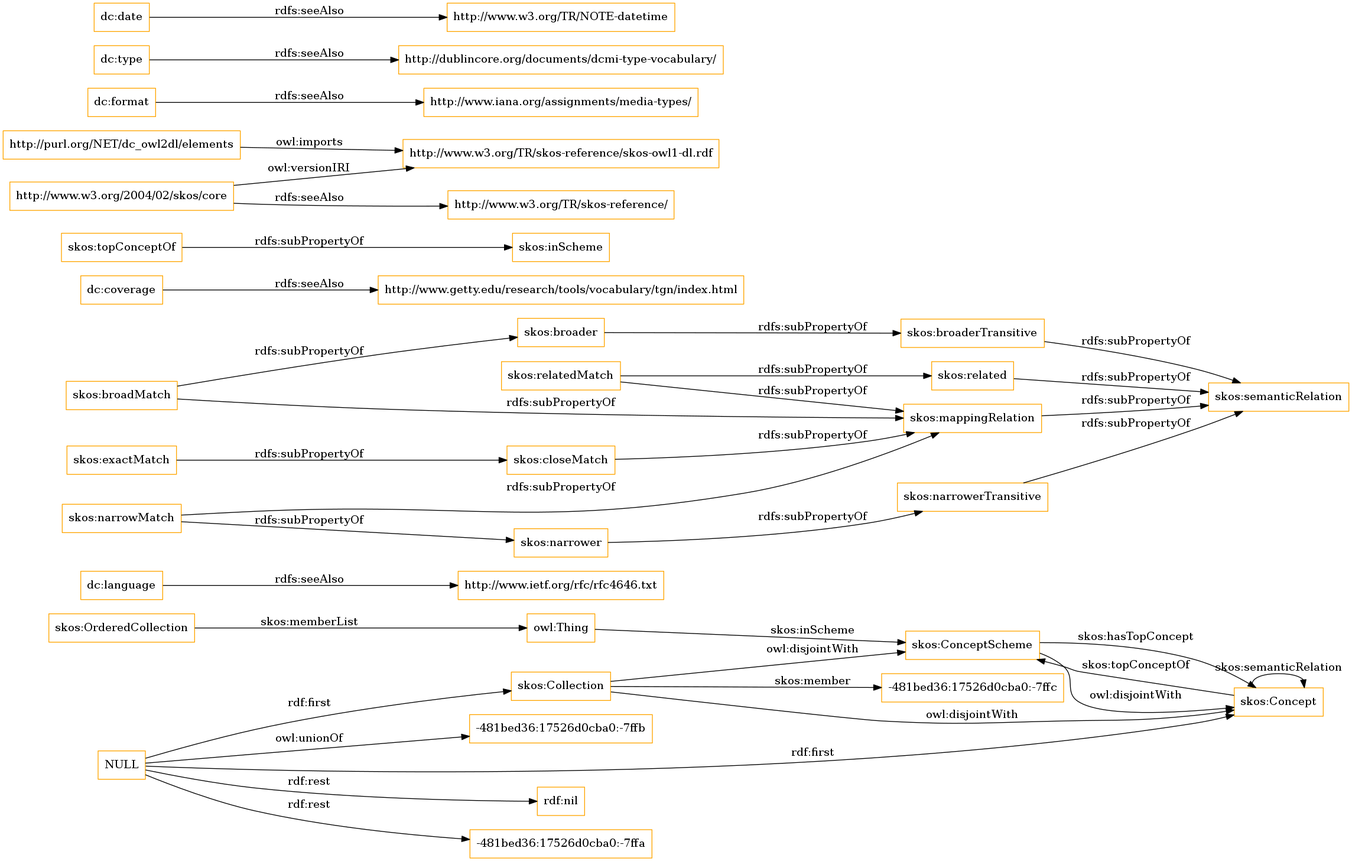
Above: OnToology/imports/elements.owl/diagrams/ar2dtool-class/elements.owl.png in OnToologyUser/core-ontology-1 (Graphviz), before the change. Its source is kept beside it as OnToology/imports/elements.owl/diagrams/ar2dtool-class/elements.owl.png.dot.
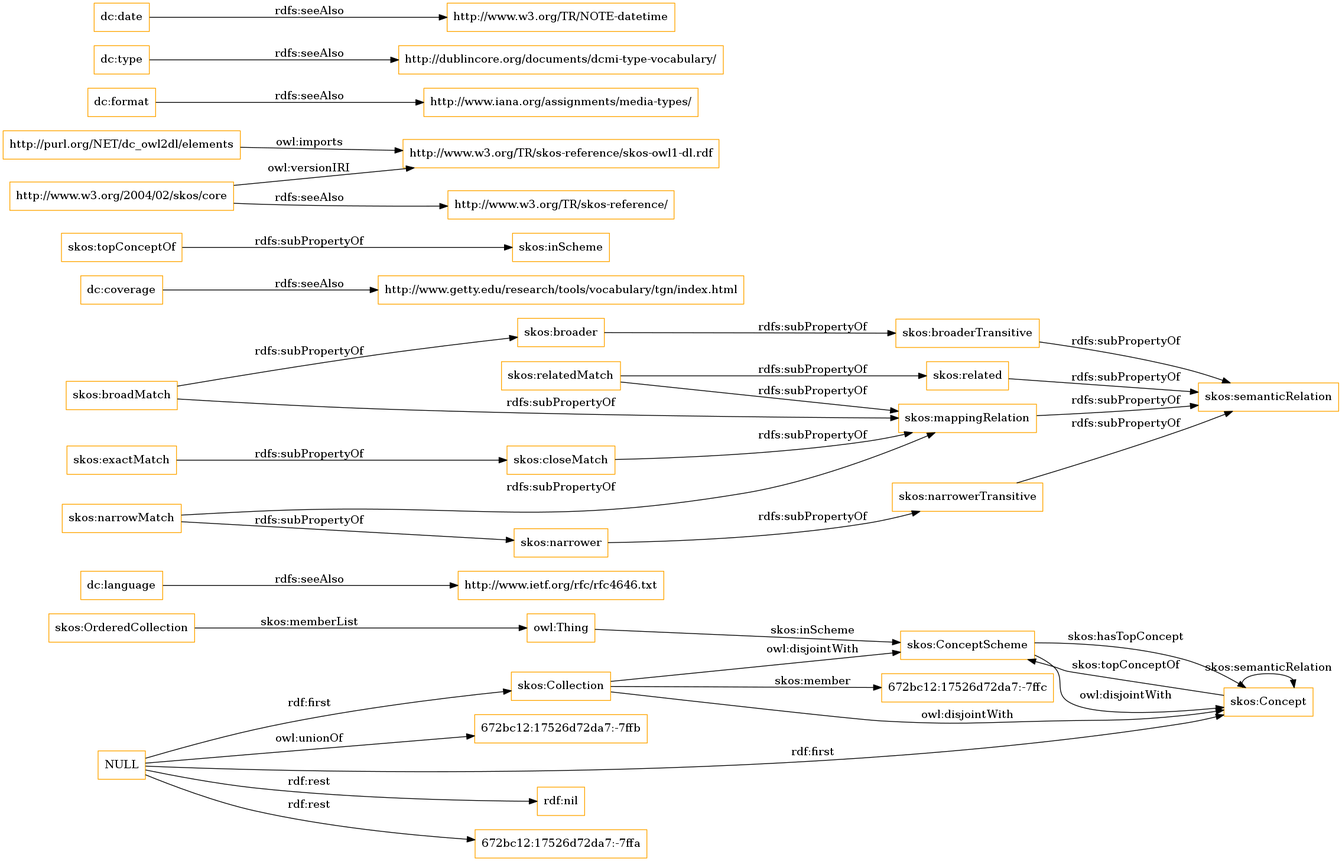
The same file after the commit.

The edit, as a diff of the source:
```diff
@@ -1,13 +1,13 @@
 digraph ar2dtool_diagram {
 rankdir=LR;
 size="1501"
-node [shape = rectangle, color="orange"]; "-481bed36:17526d0cba0:-7ffc" "skos:OrderedCollection" "skos:Collection" "skos:ConceptScheme" "skos:Concept" ; /*classes style*/
+node [shape = rectangle, color="orange"]; "672bc12:17526d72da7:-7ffc" "skos:OrderedCollection" "skos:Collection" "skos:ConceptScheme" "skos:Concept" ; /*classes style*/
 	"dc:language" -> "http://www.ietf.org/rfc/rfc4646.txt" [ label = "rdfs:seeAlso" ];
 	"NULL" -> "rdf:nil" [ label = "rdf:rest" ];
 	"NULL" -> "skos:Collection" [ label = "rdf:first" ];
-	"NULL" -> "-481bed36:17526d0cba0:-7ffa" [ label = "rdf:rest" ];
+	"NULL" -> "672bc12:17526d72da7:-7ffa" [ label = "rdf:rest" ];
 	"NULL" -> "skos:Concept" [ label = "rdf:first" ];
-	"NULL" -> "-481bed36:17526d0cba0:-7ffb" [ label = "owl:unionOf" ];
+	"NULL" -> "672bc12:17526d72da7:-7ffb" [ label = "owl:unionOf" ];
 	"skos:closeMatch" -> "skos:mappingRelation" [ label = "rdfs:subPropertyOf" ];
 	"dc:coverage" -> "http://www.getty.edu/research/tools/vocabulary/tgn/index.html" [ label = "rdfs:seeAlso" ];
 	"skos:relatedMatch" -> "skos:related" [ label = "rdfs:subPropertyOf" ];
@@ -36,7 +36,7 @@
 	"skos:OrderedCollection" -> "owl:Thing" [ label = "skos:memberList" ];
 	"skos:Concept" -> "skos:ConceptScheme" [ label = "skos:topConceptOf" ];
 	"skos:Concept" -> "skos:Concept" [ label = "skos:semanticRelation" ];
-	"skos:Collection" -> "-481bed36:17526d0cba0:-7ffc" [ label = "skos:member" ];
+	"skos:Collection" -> "672bc12:17526d72da7:-7ffc" [ label = "skos:member" ];
 	"skos:ConceptScheme" -> "skos:Concept" [ label = "skos:hasTopConcept" ];
 	"owl:Thing" -> "skos:ConceptScheme" [ label = "skos:inScheme" ];
 
```
